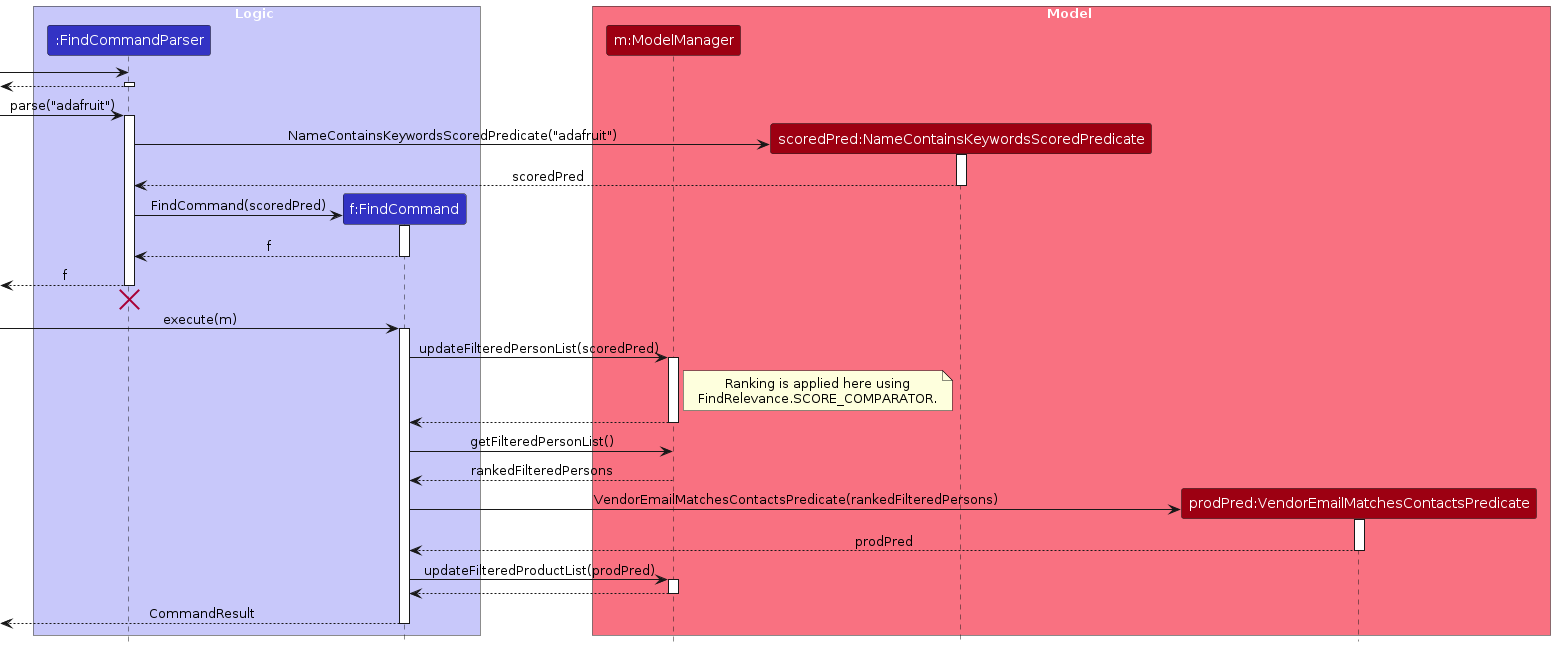
jolenechong/tp keeps this PlantUML diagram as diagrams/BetterSearchSequence.png. Above is the earlier version. Its source is kept beside it as diagrams/BetterSearchSequence.puml.
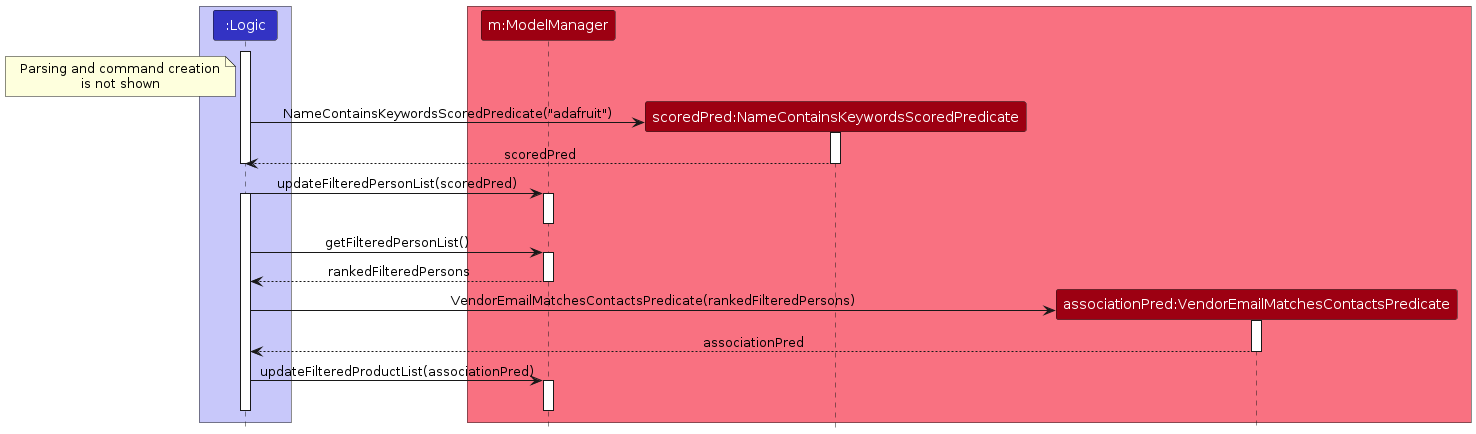
Above is the later version.

The edit, as a diff of the source:
```diff
@@ -2,70 +2,51 @@
 !include style.puml
 skinparam ArrowFontStyle plain
 
-box Logic LOGIC_COLOR_T1
-participant ":FindCommandParser" as FindCommandParser LOGIC_COLOR
-participant "f:FindCommand" as FindCommand LOGIC_COLOR
+box LOGIC_COLOR_T1
+participant ":Logic" as Logic LOGIC_COLOR
 end box
 
-box Model MODEL_COLOR_T1
+box MODEL_COLOR_T1
 participant "m:ModelManager" as ModelManager MODEL_COLOR
-participant "scoredPred:NameContainsKeywordsScoredPredicate" as cPredicate MODEL_COLOR
-participant "prodPred:VendorEmailMatchesContactsPredicate" as pPredicate MODEL_COLOR
+participant "scoredPred:NameContainsKeywordsScoredPredicate" as sPred MODEL_COLOR
+participant "associationPred:VendorEmailMatchesContactsPredicate" as aPred MODEL_COLOR
 end box
 
-create FindCommandParser
--> FindCommandParser
-activate FindCommandParser
-<-- FindCommandParser
-deactivate FindCommandParser
+note left of Logic
+Parsing and command creation
+is not shown
+end note
 
--> FindCommandParser : parse("adafruit")
-activate FindCommandParser
+activate Logic
 
-create cPredicate
-FindCommandParser -> cPredicate : NameContainsKeywordsScoredPredicate("adafruit")
-activate cPredicate
-cPredicate --> FindCommandParser : scoredPred
-deactivate cPredicate
+create sPred
+Logic -> sPred : NameContainsKeywordsScoredPredicate("adafruit")
+activate sPred
+sPred --> Logic : scoredPred
+deactivate sPred
 
-create FindCommand
-FindCommandParser -> FindCommand : FindCommand(scoredPred)
-activate FindCommand
-FindCommand --> FindCommandParser : f
-deactivate FindCommand
+deactivate Logic
 
-<-- FindCommandParser : f
-deactivate FindCommandParser
-<-[hidden]- FindCommandParser
-destroy FindCommandParser
-
--> FindCommand : execute(m)
-activate FindCommand
-
-FindCommand -> ModelManager : updateFilteredPersonList(scoredPred)
+Logic -> ModelManager : updateFilteredPersonList(scoredPred)
+activate Logic
 activate ModelManager
-note right of ModelManager
-Ranking is applied here using
-FindRelevance.SCORE_COMPARATOR.
-end note
-ModelManager --> FindCommand
 deactivate ModelManager
 
-FindCommand -> ModelManager : getFilteredPersonList()
-ModelManager --> FindCommand : rankedFilteredPersons
-
-create pPredicate
-FindCommand -> pPredicate : VendorEmailMatchesContactsPredicate(rankedFilteredPersons)
-activate pPredicate
-pPredicate --> FindCommand : prodPred
-deactivate pPredicate
-
-FindCommand -> ModelManager : updateFilteredProductList(prodPred)
+Logic -> ModelManager : getFilteredPersonList()
 activate ModelManager
-ModelManager --> FindCommand
+ModelManager --> Logic : rankedFilteredPersons
 deactivate ModelManager
 
-<-- FindCommand : CommandResult
-deactivate FindCommand
+create aPred
+Logic -> aPred : VendorEmailMatchesContactsPredicate(rankedFilteredPersons)
+activate aPred
+aPred --> Logic : associationPred
+deactivate aPred
+
+Logic -> ModelManager : updateFilteredProductList(associationPred)
+activate ModelManager
+deactivate ModelManager
+
+deactivate Logic
 
 @enduml
```
